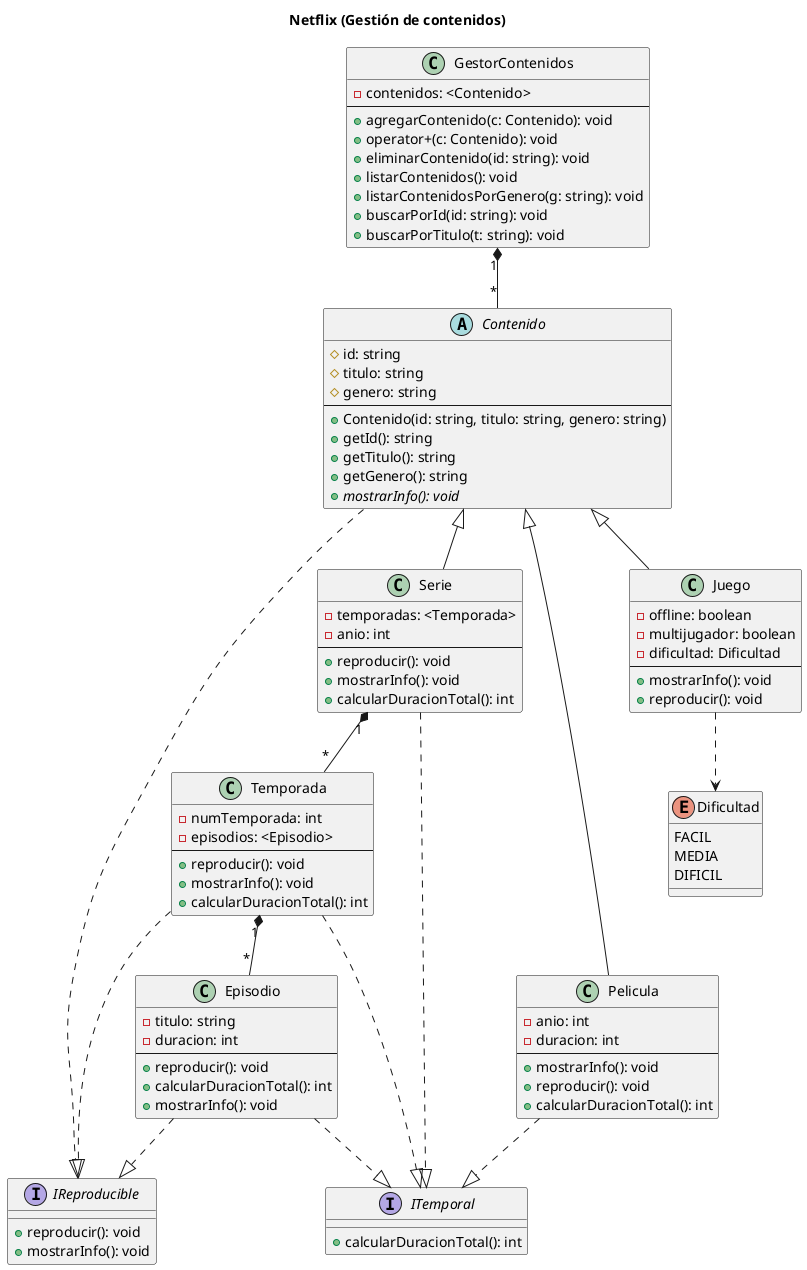
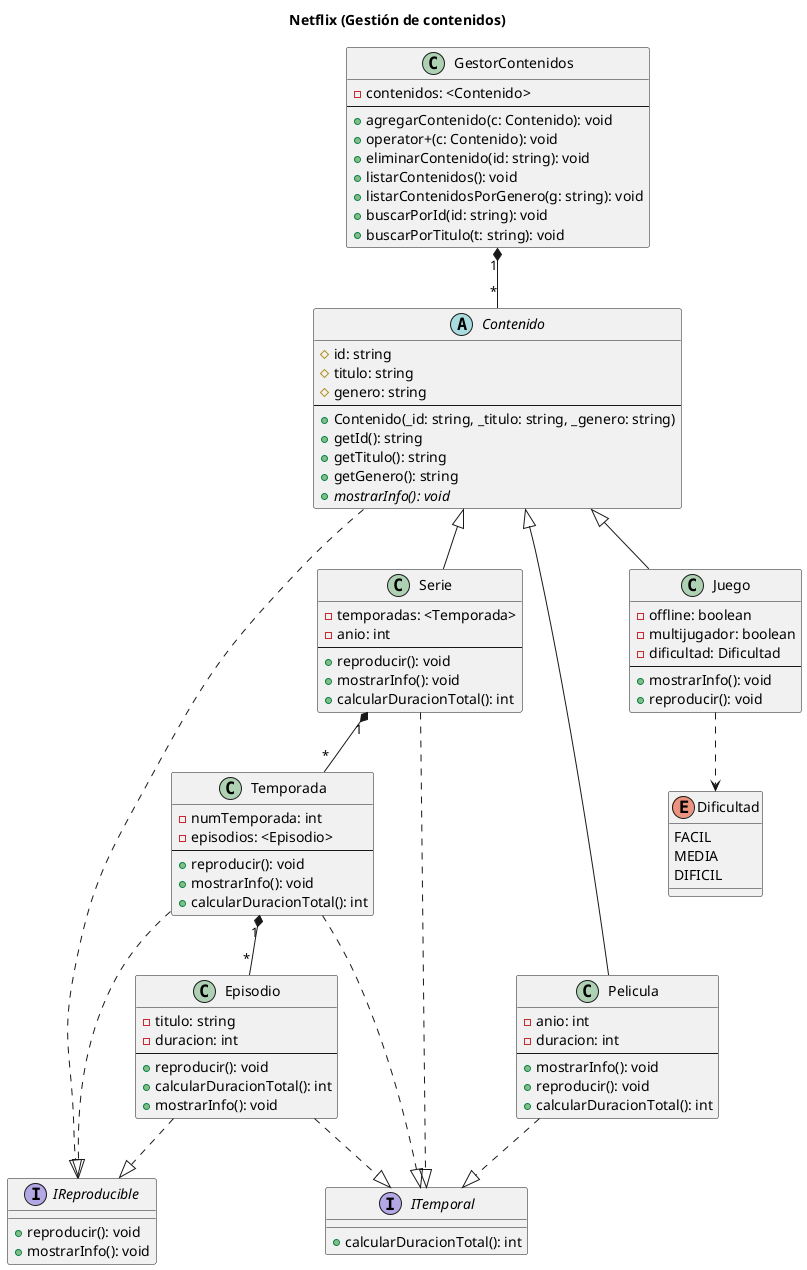
@startuml gestor_streaming
title Netflix (Gestión de contenidos)

interface IReproducible {
  + reproducir(): void
  + mostrarInfo(): void
}

interface ITemporal {
  + calcularDuracionTotal(): int
}

abstract class Contenido {
  # id: string
  # titulo: string
  # genero: string
  ---
-   + Contenido(id: string, titulo: string, genero: string)
+   + Contenido(_id: string, _titulo: string, _genero: string)
  + getId(): string
  + getTitulo(): string
  + getGenero(): string
  + {abstract} mostrarInfo(): void
}

class GestorContenidos {
  - contenidos: <Contenido>
  ---
  + agregarContenido(c: Contenido): void
  + operator+(c: Contenido): void
  + eliminarContenido(id: string): void
  + listarContenidos(): void
  + listarContenidosPorGenero(g: string): void
  + buscarPorId(id: string): void
  + buscarPorTitulo(t: string): void
}

class Pelicula {
  - anio: int
  - duracion: int
  ---
  + mostrarInfo(): void
  + reproducir(): void
  + calcularDuracionTotal(): int
}

class Serie {
  - temporadas: <Temporada>
  - anio: int
  ---
  + reproducir(): void
  + mostrarInfo(): void
  + calcularDuracionTotal(): int
}

class Juego {
  - offline: boolean
  - multijugador: boolean
  - dificultad: Dificultad
  ---
  + mostrarInfo(): void
  + reproducir(): void
}

enum Dificultad {
  FACIL
  MEDIA
  DIFICIL
}

class Temporada {
  - numTemporada: int
  - episodios: <Episodio>
  ---
  + reproducir(): void
  + mostrarInfo(): void
  + calcularDuracionTotal(): int
}

class Episodio {
  - titulo: string
  - duracion: int
  ---
  + reproducir(): void
  + calcularDuracionTotal(): int
  + mostrarInfo(): void
}

' Jerarquía principal
Contenido <|-- Pelicula
Contenido <|-- Serie
Contenido <|-- Juego

' Interfaces
Contenido ..|> IReproducible
Episodio ..|> IReproducible
Temporada ..|> IReproducible

Pelicula ..|> ITemporal
Serie ..|> ITemporal
Temporada ..|> ITemporal
Episodio ..|> ITemporal

' Composiciones
GestorContenidos "1" *-- "*" Contenido
Serie "1" *-- "*" Temporada
Temporada "1" *-- "*" Episodio

' Dependencia
Juego ..> Dificultad

@enduml